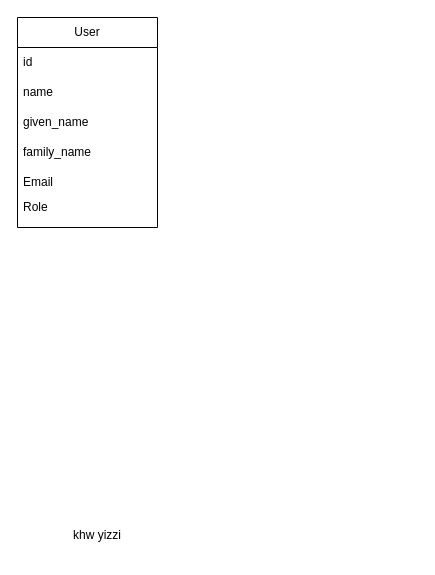
The draw.io diagram docs/Bd.drawio in abt-bara/LinkedIn-Profile-Rating, before the edit. Source tidied: cells renumbered, new cells numbered last; positions are measured from the earlier drawing's top-left corner, leaving out a move shared by most shapes. Both pictures are drawn from the tidied source at 100%, with x=0, y=0 at pixel (17, 17).
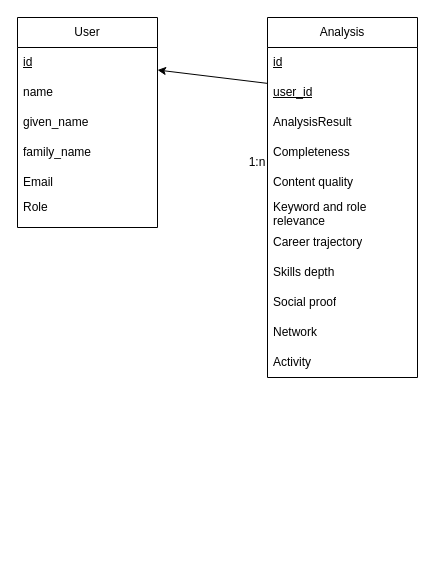
The same page after the edit.

The change refers to these unchanged cells:
```xml
<mxCell id="2" value="User" style="swimlane;fontStyle=0;horizontal=1;startSize=30;whiteSpace=wrap;html=1;" parent="1" vertex="1">
  <mxGeometry width="140" height="210" as="geometry" />
</mxCell>
```

Diff of the diagram source:
```diff
@@
-    <mxCell id="3" value="id" style="text;strokeColor=none;fillColor=none;align=left;verticalAlign=middle;spacingLeft=4;spacingRight=4;overflow=hidden;whiteSpace=wrap;html=1;" parent="2" vertex="1">
+    <mxCell id="3" value="&lt;u&gt;id&lt;/u&gt;" style="text;strokeColor=none;fillColor=none;align=left;verticalAlign=middle;spacingLeft=4;spacingRight=4;overflow=hidden;whiteSpace=wrap;html=1;" parent="2" vertex="1">
       <mxGeometry y="30" width="140" height="30" as="geometry" />
     </mxCell>
@@
-    <mxCell id="9" value="khw yizzi&lt;div&gt;&lt;br&gt;&lt;/div&gt;" style="text;html=1;whiteSpace=wrap;strokeColor=none;fillColor=none;align=center;verticalAlign=middle;rounded=0;" parent="1" vertex="1">
-      <mxGeometry x="50" y="510" width="60" height="30" as="geometry" />
-    </mxCell>
+    <mxCell id="10" value="Analysis" style="swimlane;fontStyle=0;horizontal=1;startSize=30;whiteSpace=wrap;html=1;" parent="1" vertex="1">
+      <mxGeometry x="250" width="150" height="360" as="geometry" />
+    </mxCell>
+    <mxCell id="11" value="&lt;u&gt;id&lt;/u&gt;" style="text;strokeColor=none;fillColor=none;align=left;verticalAlign=middle;spacingLeft=4;spacingRight=4;overflow=hidden;whiteSpace=wrap;html=1;" parent="10" vertex="1">
+      <mxGeometry y="30" width="150" height="30" as="geometry" />
+    </mxCell>
+    <mxCell id="12" value="&lt;u&gt;user_id&lt;/u&gt;" style="text;strokeColor=none;fillColor=none;align=left;verticalAlign=middle;spacingLeft=4;spacingRight=4;overflow=hidden;points=[[0,0.5],[1,0.5]];portConstraint=eastwest;whiteSpace=wrap;html=1;" parent="10" vertex="1">
+      <mxGeometry y="60" width="150" height="30" as="geometry" />
+    </mxCell>
+    <mxCell id="13" value="&lt;div&gt;AnalysisResult&lt;/div&gt;" style="text;strokeColor=none;fillColor=none;align=left;verticalAlign=middle;spacingLeft=4;spacingRight=4;overflow=hidden;whiteSpace=wrap;html=1;" parent="10" vertex="1">
+      <mxGeometry y="90" width="150" height="30" as="geometry" />
+    </mxCell>
+    <mxCell id="14" value="Completeness" style="text;strokeColor=none;fillColor=none;align=left;verticalAlign=middle;spacingLeft=4;spacingRight=4;overflow=hidden;whiteSpace=wrap;html=1;" parent="10" vertex="1">
+      <mxGeometry y="120" width="150" height="30" as="geometry" />
+    </mxCell>
+    <mxCell id="15" value="Content quality" style="text;strokeColor=none;fillColor=none;align=left;verticalAlign=middle;spacingLeft=4;spacingRight=4;overflow=hidden;whiteSpace=wrap;html=1;" parent="10" vertex="1">
+      <mxGeometry y="150" width="150" height="30" as="geometry" />
+    </mxCell>
+    <mxCell id="16" value="Keyword and role relevance" style="text;strokeColor=none;fillColor=none;align=left;verticalAlign=middle;spacingLeft=4;spacingRight=4;overflow=hidden;whiteSpace=wrap;html=1;" parent="10" vertex="1">
+      <mxGeometry y="180" width="150" height="30" as="geometry" />
+    </mxCell>
+    <mxCell id="17" value="Career trajectory" style="text;strokeColor=none;fillColor=none;align=left;verticalAlign=middle;spacingLeft=4;spacingRight=4;overflow=hidden;whiteSpace=wrap;html=1;" parent="10" vertex="1">
+      <mxGeometry y="210" width="150" height="30" as="geometry" />
+    </mxCell>
+    <mxCell id="18" value="Skills depth" style="text;strokeColor=none;fillColor=none;align=left;verticalAlign=middle;spacingLeft=4;spacingRight=4;overflow=hidden;whiteSpace=wrap;html=1;" parent="10" vertex="1">
+      <mxGeometry y="240" width="150" height="30" as="geometry" />
+    </mxCell>
+    <mxCell id="19" value="Social proof" style="text;strokeColor=none;fillColor=none;align=left;verticalAlign=middle;spacingLeft=4;spacingRight=4;overflow=hidden;whiteSpace=wrap;html=1;" parent="10" vertex="1">
+      <mxGeometry y="270" width="150" height="30" as="geometry" />
+    </mxCell>
+    <mxCell id="20" value="Network" style="text;strokeColor=none;fillColor=none;align=left;verticalAlign=middle;spacingLeft=4;spacingRight=4;overflow=hidden;whiteSpace=wrap;html=1;" parent="10" vertex="1">
+      <mxGeometry y="300" width="150" height="30" as="geometry" />
+    </mxCell>
+    <mxCell id="21" value="Activity" style="text;strokeColor=none;fillColor=none;align=left;verticalAlign=middle;spacingLeft=4;spacingRight=4;overflow=hidden;whiteSpace=wrap;html=1;" parent="10" vertex="1">
+      <mxGeometry y="330" width="150" height="30" as="geometry" />
+    </mxCell>
+    <mxCell id="22" style="endArrow=classic;html=1;entryX=1;entryY=0.25;entryDx=0;entryDy=0;" parent="1" edge="1" source="12" target="2">
+      <mxGeometry relative="1" as="geometry" />
+    </mxCell>
+    <mxCell id="23" value="1:n" style="text;html=1;whiteSpace=wrap;strokeColor=none;fillColor=none;align=center;verticalAlign=middle;rounded=0;" parent="1" vertex="1">
+      <mxGeometry x="220" y="130" width="40" height="30" as="geometry" />
+    </mxCell>
```
